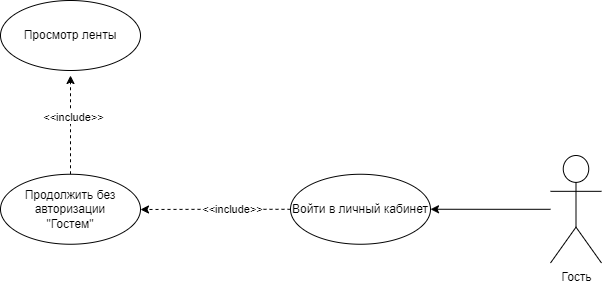
Earlier version of the draw.io export diagrams/usecase_guest.drawio.png (SazonovAlexander/9.1-TikTalk). Source tidied: cells renumbered, new cells last; positions are measured from the earlier drawing's top-left corner, leaving out a move shared by most shapes. Its diagram source:
```xml
<mxGraphModel>
  <root>
    <mxCell id="0" />
    <mxCell id="1" parent="0" />
    <mxCell id="2" style="edgeStyle=orthogonalEdgeStyle;rounded=0;jettySize=auto;html=1;" parent="1" edge="1" source="3">
      <mxGeometry relative="1" as="geometry">
        <mxPoint x="430" y="208.8" as="targetPoint" />
      </mxGeometry>
    </mxCell>
    <mxCell id="3" value="Гость" style="shape=umlActor;verticalLabelPosition=bottom;verticalAlign=top;html=1;" parent="1" vertex="1">
      <mxGeometry x="550" y="155" width="51" height="107.5" as="geometry" />
    </mxCell>
    <mxCell id="4" style="edgeStyle=orthogonalEdgeStyle;rounded=0;jettySize=auto;html=1;dashed=1;" parent="1" edge="1" source="6">
      <mxGeometry relative="1" as="geometry">
        <mxPoint x="140" y="209" as="targetPoint" />
      </mxGeometry>
    </mxCell>
    <mxCell id="5" value="&amp;lt;&amp;lt;include&amp;gt;&amp;gt;" style="edgeLabel;html=1;align=center;verticalAlign=middle;" parent="4" vertex="1">
      <mxGeometry x="-0.22" relative="1" as="geometry" />
    </mxCell>
    <mxCell id="6" value="Войти в личный кабинет" style="ellipse;whiteSpace=wrap;html=1;" parent="1" vertex="1">
      <mxGeometry x="290" y="173.8" width="140" height="70" as="geometry" />
    </mxCell>
    <mxCell id="7" style="edgeStyle=orthogonalEdgeStyle;rounded=0;jettySize=auto;html=1;dashed=1;" parent="1" edge="1" source="9">
      <mxGeometry relative="1" as="geometry">
        <mxPoint x="70" y="75" as="targetPoint" />
      </mxGeometry>
    </mxCell>
    <mxCell id="8" value="&amp;lt;&amp;lt;include&amp;gt;&amp;gt;" style="edgeLabel;html=1;align=center;verticalAlign=middle;" parent="7" vertex="1">
      <mxGeometry x="0.17" y="-2" relative="1" as="geometry" />
    </mxCell>
    <mxCell id="9" value="Продолжить без авторизации&lt;br&gt;&quot;Гостем&quot;" style="ellipse;whiteSpace=wrap;html=1;" parent="1" vertex="1">
      <mxGeometry y="173.8" width="140" height="70" as="geometry" />
    </mxCell>
    <mxCell id="10" value="Просмотр ленты" style="ellipse;whiteSpace=wrap;html=1;" parent="1" vertex="1">
      <mxGeometry width="140" height="70" as="geometry" />
    </mxCell>
  </root>
</mxGraphModel>
```
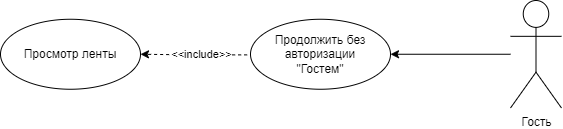
The same diagram one commit later.

Change to the diagram source:
```diff
@@ -10,30 +10,19 @@
     <mxCell id="3" value="Гость" style="shape=umlActor;verticalLabelPosition=bottom;verticalAlign=top;html=1;" parent="1" vertex="1">
       <mxGeometry x="550" y="155" width="51" height="107.5" as="geometry" />
     </mxCell>
-    <mxCell id="4" style="edgeStyle=orthogonalEdgeStyle;rounded=0;jettySize=auto;html=1;dashed=1;" parent="1" edge="1" source="6">
-      <mxGeometry relative="1" as="geometry">
-        <mxPoint x="140" y="209" as="targetPoint" />
-      </mxGeometry>
-    </mxCell>
-    <mxCell id="5" value="&amp;lt;&amp;lt;include&amp;gt;&amp;gt;" style="edgeLabel;html=1;align=center;verticalAlign=middle;" parent="4" vertex="1">
-      <mxGeometry x="-0.22" relative="1" as="geometry" />
-    </mxCell>
-    <mxCell id="6" value="Войти в личный кабинет" style="ellipse;whiteSpace=wrap;html=1;" parent="1" vertex="1">
-      <mxGeometry x="290" y="173.8" width="140" height="70" as="geometry" />
-    </mxCell>
-    <mxCell id="7" style="edgeStyle=orthogonalEdgeStyle;rounded=0;jettySize=auto;html=1;dashed=1;" parent="1" edge="1" source="9">
-      <mxGeometry relative="1" as="geometry">
-        <mxPoint x="70" y="75" as="targetPoint" />
-      </mxGeometry>
+    <mxCell id="7" style="edgeStyle=orthogonalEdgeStyle;rounded=0;jettySize=auto;html=1;dashed=1;entryX=1;entryY=0.5;entryDx=0;entryDy=0;exitX=-0.024;exitY=0.509;exitDx=0;exitDy=0;exitPerimeter=0;" parent="1" edge="1" source="9" target="10">
+      <mxGeometry relative="1" as="geometry" />
     </mxCell>
     <mxCell id="8" value="&amp;lt;&amp;lt;include&amp;gt;&amp;gt;" style="edgeLabel;html=1;align=center;verticalAlign=middle;" parent="7" vertex="1">
-      <mxGeometry x="0.17" y="-2" relative="1" as="geometry" />
+      <mxGeometry x="0.17" y="-2" relative="1" as="geometry">
+        <mxPoint x="16" y="2" as="offset" />
+      </mxGeometry>
     </mxCell>
     <mxCell id="9" value="Продолжить без авторизации&lt;br&gt;&quot;Гостем&quot;" style="ellipse;whiteSpace=wrap;html=1;" parent="1" vertex="1">
-      <mxGeometry y="173.8" width="140" height="70" as="geometry" />
+      <mxGeometry x="290" y="173.8" width="140" height="70" as="geometry" />
     </mxCell>
     <mxCell id="10" value="Просмотр ленты" style="ellipse;whiteSpace=wrap;html=1;" parent="1" vertex="1">
-      <mxGeometry width="140" height="70" as="geometry" />
+      <mxGeometry x="40" y="173.8" width="140" height="70" as="geometry" />
     </mxCell>
   </root>
 </mxGraphModel>
```
